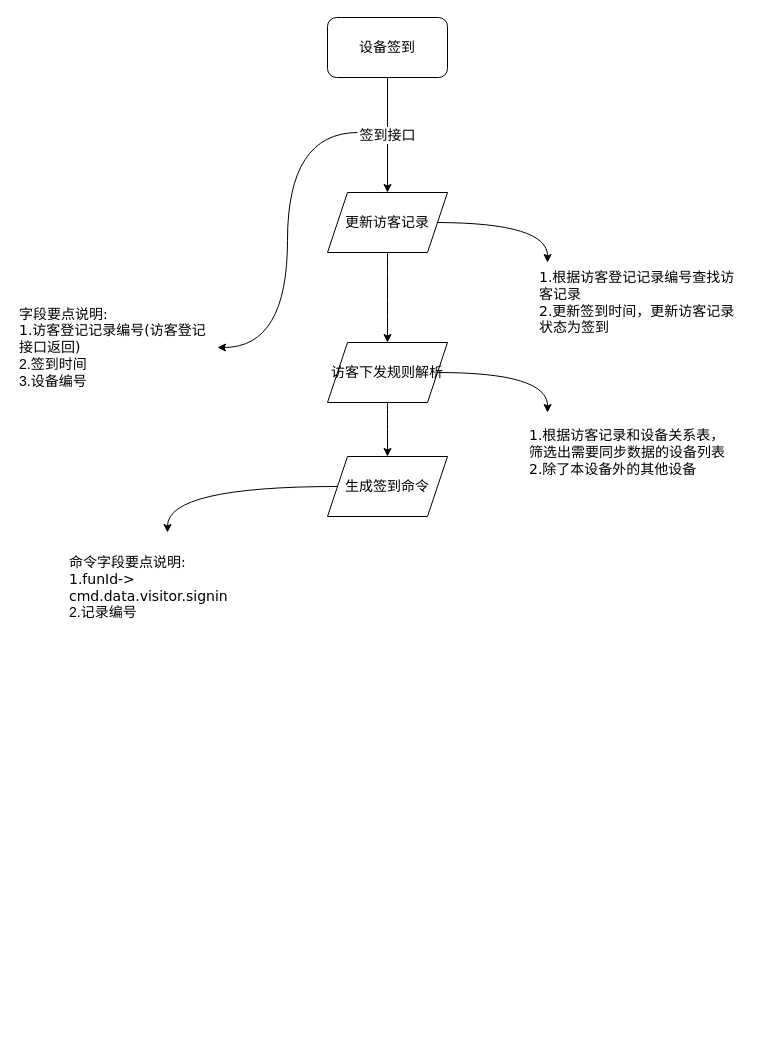
The draw.io diagram page "访客签到细化" (6 of 10) of 访客迭代3.7.1-平台和小程序和设备交互流程.drawio in chwnjianhui/draw.io, before the edit. Source tidied: cells renumbered, new cells numbered last; positions are measured from the earlier drawing's top-left corner, leaving out a move shared by most shapes. Both pictures are drawn from the tidied source at 100%, with x=0, y=0 at pixel (17, 17).
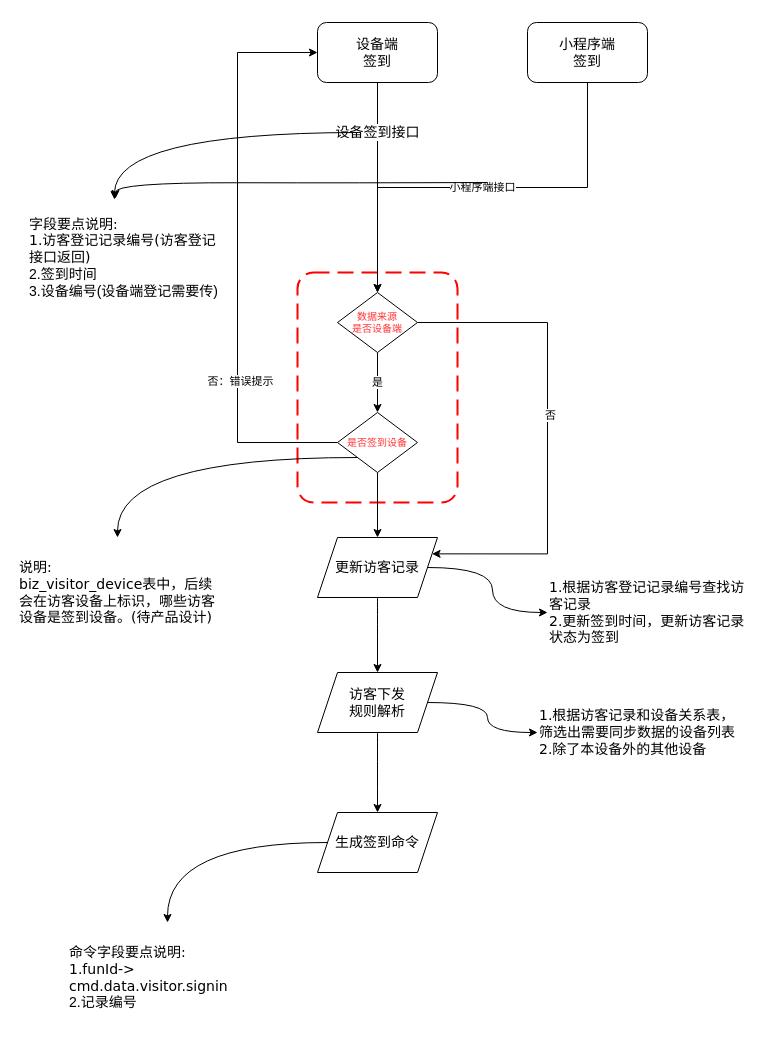
Above is the later version.

Change to the diagram source:
```diff
@@
-    <mxCell id="2" value="签到接口" style="edgeStyle=orthogonalEdgeStyle;rounded=0;jettySize=auto;html=1;fontSize=14;fontStyle=0;" parent="1" edge="1" source="3" target="6">
-      <mxGeometry relative="1" as="geometry" />
+    <mxCell id="2" value="设备签到接口" style="edgeStyle=orthogonalEdgeStyle;rounded=0;jettySize=auto;html=1;fontSize=14;fontStyle=0;entryX=0.5;entryY=0;entryDx=0;entryDy=0;" parent="1" edge="1" source="3" target="28">
+      <mxGeometry x="-0.52" relative="1" as="geometry">
+        <Array as="points">
+          <mxPoint x="360" y="235" />
+        </Array>
+      </mxGeometry>
     </mxCell>
-    <mxCell id="3" value="设备签到" style="rounded=1;whiteSpace=wrap;html=1;fontSize=14;fillColor=#FFFFFF;" parent="1" vertex="1">
-      <mxGeometry x="310" width="120" height="60" as="geometry" />
+    <mxCell id="3" value="设备端&lt;br&gt;签到" style="rounded=1;whiteSpace=wrap;html=1;fontSize=14;fillColor=#FFFFFF;" parent="1" vertex="1">
+      <mxGeometry x="300" y="5" width="120" height="60" as="geometry" />
     </mxCell>
-    <mxCell id="4" style="edgeStyle=orthogonalEdgeStyle;curved=1;rounded=0;jettySize=auto;html=1;fontSize=14;entryX=1;entryY=0.5;entryDx=0;entryDy=0;" parent="1" edge="1" target="7">
+    <mxCell id="4" style="edgeStyle=orthogonalEdgeStyle;curved=1;rounded=0;jettySize=auto;html=1;fontSize=14;entryX=0.435;entryY=-0.027;entryDx=0;entryDy=0;entryPerimeter=0;" parent="1" edge="1" target="7">
       <mxGeometry relative="1" as="geometry">
         <mxPoint x="340" y="115" as="sourcePoint" />
       </mxGeometry>
     </mxCell>
@@
     <mxCell id="6" value="更新访客记录" style="shape=parallelogram;perimeter=parallelogramPerimeter;whiteSpace=wrap;html=1;fixedSize=1;fontSize=14;fillColor=#FFFFFF;" parent="1" vertex="1">
-      <mxGeometry x="310" y="175" width="120" height="60" as="geometry" />
+      <mxGeometry x="300" y="520" width="120" height="60" as="geometry" />
     </mxCell>
-    <mxCell id="7" value="&lt;font face=&quot;Verdana&quot;&gt;字段要点说明:&lt;/font&gt;&lt;br&gt;&lt;font face=&quot;Verdana&quot;&gt;1.访客登记&lt;/font&gt;记录编号&lt;font face=&quot;Verdana&quot;&gt;(访客登记接口返回)&lt;br&gt;&lt;/font&gt;2.签到时间&lt;br&gt;3.设备编号" style="text;html=1;strokeColor=none;fillColor=none;align=left;verticalAlign=middle;whiteSpace=wrap;rounded=0;fontSize=14;" parent="1" vertex="1">
-      <mxGeometry y="275" width="200" height="110" as="geometry" />
+    <mxCell id="7" value="&lt;font face=&quot;Verdana&quot;&gt;字段要点说明:&lt;/font&gt;&lt;br&gt;&lt;font face=&quot;Verdana&quot;&gt;1.访客登记&lt;/font&gt;记录编号&lt;font face=&quot;Verdana&quot;&gt;(访客登记接口返回)&lt;br&gt;&lt;/font&gt;2.签到时间&lt;br&gt;3.设备编号(设备端登记需要传)" style="text;html=1;strokeColor=none;fillColor=none;align=left;verticalAlign=middle;whiteSpace=wrap;rounded=0;fontSize=14;" parent="1" vertex="1">
+      <mxGeometry x="10" y="185" width="200" height="110" as="geometry" />
     </mxCell>
@@
-    <mxCell id="9" style="edgeStyle=orthogonalEdgeStyle;curved=1;rounded=0;jettySize=auto;html=1;exitX=1;exitY=0.5;exitDx=0;exitDy=0;entryX=0;entryY=0.5;entryDx=0;entryDy=0;fontSize=14;" parent="1" edge="1" source="10">
-      <mxGeometry relative="1" as="geometry">
-        <mxPoint x="530" y="395" as="targetPoint" />
-      </mxGeometry>
+    <mxCell id="9" style="edgeStyle=orthogonalEdgeStyle;curved=1;rounded=0;jettySize=auto;html=1;exitX=1;exitY=0.5;exitDx=0;exitDy=0;entryX=0;entryY=0.5;entryDx=0;entryDy=0;fontSize=14;" parent="1" edge="1" source="10" target="14">
+      <mxGeometry relative="1" as="geometry" />
     </mxCell>
-    <mxCell id="10" value="访客下发规则解析" style="shape=parallelogram;perimeter=parallelogramPerimeter;whiteSpace=wrap;html=1;fixedSize=1;fontSize=14;fillColor=#FFFFFF;" parent="1" vertex="1">
-      <mxGeometry x="310" y="325" width="120" height="60" as="geometry" />
+    <mxCell id="10" value="访客下发&lt;br&gt;规则解析" style="shape=parallelogram;perimeter=parallelogramPerimeter;whiteSpace=wrap;html=1;fixedSize=1;fontSize=14;fillColor=#FFFFFF;" parent="1" vertex="1">
+      <mxGeometry x="300" y="655" width="120" height="60" as="geometry" />
     </mxCell>
@@
     <mxCell id="12" value="生成签到命令" style="shape=parallelogram;perimeter=parallelogramPerimeter;whiteSpace=wrap;html=1;fixedSize=1;fontSize=14;fillColor=#FFFFFF;" parent="1" vertex="1">
-      <mxGeometry x="310" y="439" width="120" height="60" as="geometry" />
+      <mxGeometry x="300" y="795" width="120" height="60" as="geometry" />
     </mxCell>
     <mxCell id="13" value="&lt;font face=&quot;Verdana&quot;&gt;命令字段要点说明:&lt;/font&gt;&lt;br&gt;&lt;font face=&quot;Verdana&quot;&gt;1.funId-&amp;gt; cmd.data.visitor.signin&lt;br&gt;&lt;/font&gt;2.记录编号" style="text;html=1;strokeColor=none;fillColor=none;align=left;verticalAlign=middle;whiteSpace=wrap;rounded=0;fontSize=14;" parent="1" vertex="1">
-      <mxGeometry x="50" y="515" width="200" height="110" as="geometry" />
+      <mxGeometry x="50" y="905" width="200" height="110" as="geometry" />
     </mxCell>
     <mxCell id="14" value="&lt;span style=&quot;font-family: Verdana; font-size: 14px;&quot;&gt;1.根据访客记录和设备关系表，筛选出需要同步数据的设备列表&lt;br&gt;2.除了本设备外的其他设备&lt;br style=&quot;font-size: 14px;&quot;&gt;&lt;/span&gt;" style="text;html=1;strokeColor=none;fillColor=none;align=left;verticalAlign=middle;whiteSpace=wrap;rounded=0;fontSize=14;" parent="1" vertex="1">
-      <mxGeometry x="510" y="415" width="200" height="40" as="geometry" />
+      <mxGeometry x="520" y="695" width="200" height="40" as="geometry" />
     </mxCell>
-    <mxCell id="15" style="edgeStyle=orthogonalEdgeStyle;curved=1;rounded=0;orthogonalLoop=1;jettySize=auto;html=1;exitX=1;exitY=0.5;exitDx=0;exitDy=0;entryX=0;entryY=0.5;entryDx=0;entryDy=0;fontSize=14;" parent="1" edge="1">
-      <mxGeometry relative="1" as="geometry">
-        <mxPoint x="420" y="205" as="sourcePoint" />
-        <mxPoint x="530" y="245" as="targetPoint" />
-      </mxGeometry>
+    <mxCell id="15" style="edgeStyle=orthogonalEdgeStyle;curved=1;rounded=0;jettySize=auto;html=1;fontSize=14;" parent="1" edge="1" source="6" target="16">
+      <mxGeometry relative="1" as="geometry" />
     </mxCell>
     <mxCell id="16" value="&lt;span style=&quot;font-family: Verdana; font-size: 14px;&quot;&gt;1.根据访客登记记录编号查找访客记录&lt;br&gt;2.更新签到时间，&lt;/span&gt;&lt;span style=&quot;font-family: Verdana;&quot;&gt;更新访客记录状态为签到&lt;/span&gt;&lt;span style=&quot;font-family: Verdana; font-size: 14px;&quot;&gt;&lt;br style=&quot;font-size: 14px;&quot;&gt;&lt;/span&gt;" style="text;html=1;strokeColor=none;fillColor=none;align=left;verticalAlign=middle;whiteSpace=wrap;rounded=0;fontSize=14;" parent="1" vertex="1">
-      <mxGeometry x="520" y="265" width="200" height="40" as="geometry" />
+      <mxGeometry x="530" y="575" width="200" height="40" as="geometry" />
     </mxCell>
+    <mxCell id="17" style="rounded=1;arcSize=10;dashed=1;strokeColor=#ff0000;fillColor=none;gradientColor=none;dashPattern=8 4;strokeWidth=2;" parent="1" vertex="1">
+      <mxGeometry x="280" y="255" width="160" height="230" as="geometry" />
+    </mxCell>
+    <mxCell id="18" style="edgeStyle=orthogonalEdgeStyle;rounded=0;jettySize=auto;html=1;exitX=0.5;exitY=1;exitDx=0;exitDy=0;entryX=0.5;entryY=0;entryDx=0;entryDy=0;" parent="1" edge="1" source="21" target="6">
+      <mxGeometry relative="1" as="geometry" />
+    </mxCell>
+    <mxCell id="19" style="edgeStyle=orthogonalEdgeStyle;rounded=0;jettySize=auto;html=1;exitX=0;exitY=0.5;exitDx=0;exitDy=0;entryX=0;entryY=0.5;entryDx=0;entryDy=0;" parent="1" edge="1" source="21" target="3">
+      <mxGeometry relative="1" as="geometry">
+        <Array as="points">
+          <mxPoint x="220" y="425" />
+          <mxPoint x="220" y="35" />
+        </Array>
+      </mxGeometry>
+    </mxCell>
+    <mxCell id="20" value="否：错误提示" style="edgeLabel;html=1;align=center;verticalAlign=middle;" parent="19" vertex="1">
+      <mxGeometry x="-0.43" y="-2" relative="1" as="geometry" />
+    </mxCell>
+    <mxCell id="21" value="是否签到设备" style="rhombus;whiteSpace=wrap;html=1;rounded=0;shadow=0;labelBackgroundColor=none;strokeWidth=1;fontFamily=Verdana;fontSize=10;align=center;fillColor=#FFFFFF;fontColor=#FF3333;" parent="1" vertex="1">
+      <mxGeometry x="320" y="395" width="80" height="60" as="geometry" />
+    </mxCell>
+    <mxCell id="22" value="小程序端接口" style="edgeStyle=orthogonalEdgeStyle;rounded=0;jettySize=auto;html=1;exitX=0.5;exitY=1;exitDx=0;exitDy=0;" parent="1" edge="1" source="23" target="28">
+      <mxGeometry relative="1" as="geometry" />
+    </mxCell>
+    <mxCell id="23" value="小程序端&lt;br&gt;签到" style="rounded=1;whiteSpace=wrap;html=1;fontSize=14;fillColor=#FFFFFF;" parent="1" vertex="1">
+      <mxGeometry x="510" y="5" width="120" height="60" as="geometry" />
+    </mxCell>
+    <mxCell id="24" style="edgeStyle=orthogonalEdgeStyle;curved=1;rounded=0;jettySize=auto;html=1;fontSize=14;entryX=0.44;entryY=-0.036;entryDx=0;entryDy=0;entryPerimeter=0;" parent="1" edge="1" target="7">
+      <mxGeometry relative="1" as="geometry">
+        <mxPoint x="470" y="165" as="sourcePoint" />
+      </mxGeometry>
+    </mxCell>
+    <mxCell id="25" value="是" style="edgeStyle=orthogonalEdgeStyle;rounded=0;jettySize=auto;html=1;" parent="1" edge="1" source="28" target="21">
+      <mxGeometry relative="1" as="geometry" />
+    </mxCell>
+    <mxCell id="26" style="edgeStyle=orthogonalEdgeStyle;rounded=0;jettySize=auto;html=1;exitX=1;exitY=0.5;exitDx=0;exitDy=0;entryX=1;entryY=0.25;entryDx=0;entryDy=0;" parent="1" edge="1" source="28" target="6">
+      <mxGeometry relative="1" as="geometry">
+        <Array as="points">
+          <mxPoint x="530" y="305" />
+          <mxPoint x="530" y="536" />
+        </Array>
+      </mxGeometry>
+    </mxCell>
+    <mxCell id="27" value="否" style="edgeLabel;html=1;align=center;verticalAlign=middle;" parent="26" vertex="1">
+      <mxGeometry x="-0.07" y="2" relative="1" as="geometry" />
+    </mxCell>
+    <mxCell id="28" value="数据来源&lt;br&gt;是否设备端" style="rhombus;whiteSpace=wrap;html=1;rounded=0;shadow=0;labelBackgroundColor=none;strokeWidth=1;fontFamily=Verdana;fontSize=10;align=center;fillColor=#FFFFFF;fontColor=#FF3333;" parent="1" vertex="1">
+      <mxGeometry x="320" y="275" width="80" height="60" as="geometry" />
+    </mxCell>
+    <mxCell id="29" value="&lt;font face=&quot;Verdana&quot;&gt;说明:&lt;/font&gt;&lt;br&gt;&lt;font face=&quot;Verdana&quot;&gt;biz_visitor_device表中，后续会在访客设备上标识，哪些访客设备是签到设备。(待产品设计)&lt;/font&gt;" style="text;html=1;strokeColor=none;fillColor=none;align=left;verticalAlign=middle;whiteSpace=wrap;rounded=0;fontSize=14;" parent="1" vertex="1">
+      <mxGeometry y="520" width="200" height="110" as="geometry" />
+    </mxCell>
+    <mxCell id="30" style="edgeStyle=orthogonalEdgeStyle;curved=1;rounded=0;jettySize=auto;html=1;fontSize=14;entryX=0.5;entryY=0;entryDx=0;entryDy=0;exitX=0;exitY=1;exitDx=0;exitDy=0;" parent="1" edge="1" source="21" target="29">
+      <mxGeometry relative="1" as="geometry" />
+    </mxCell>
```
